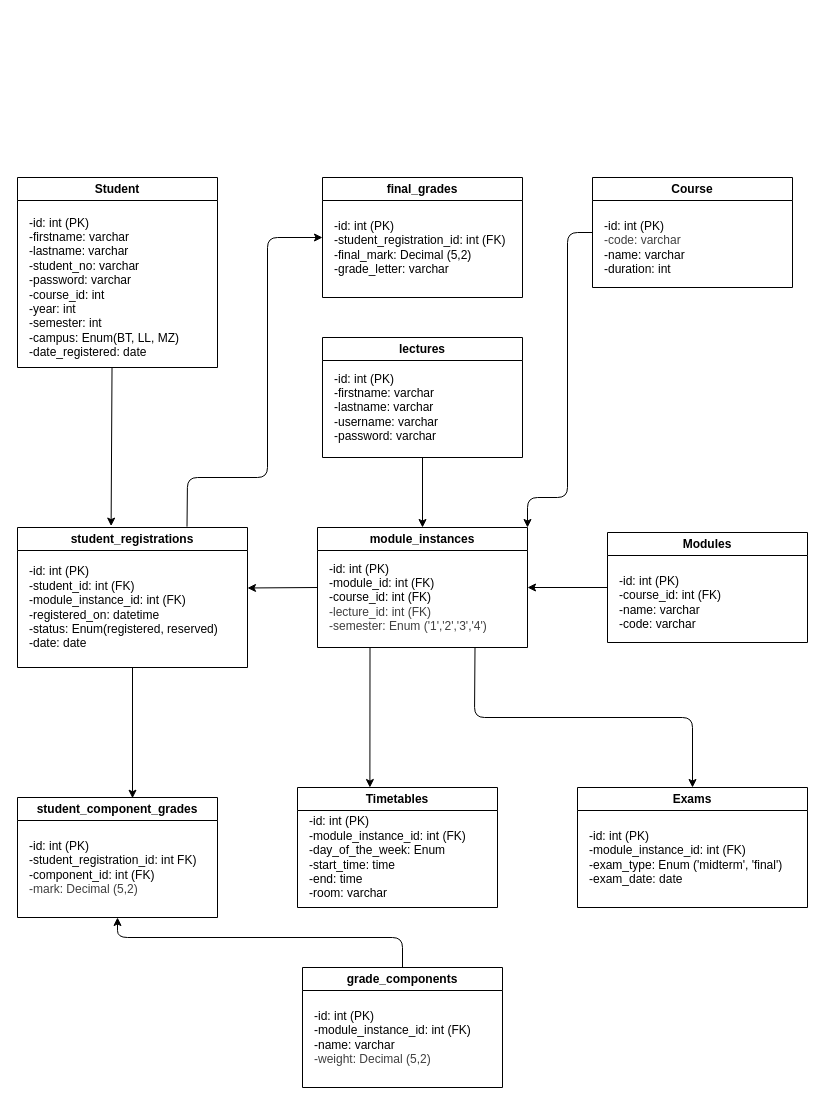
codebytiya/4th-year-project- keeps this draw.io diagram as diagrams/schoolReg_class_diagram.drawio. Above is the earlier version. Source tidied: cells renumbered, new cells numbered last; positions are measured from the earlier drawing's top-left corner, leaving out a move shared by most shapes. Both pictures are drawn from the tidied source at 100%, with x=0, y=0 at pixel (17, 177).
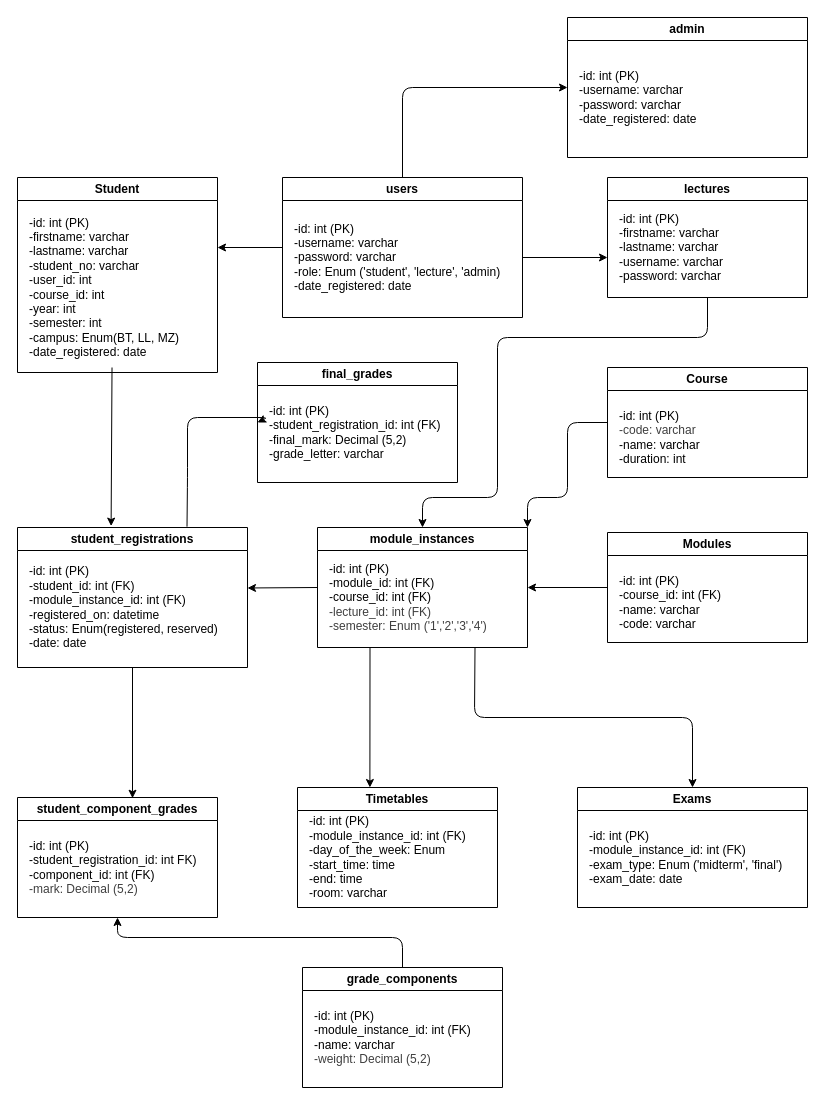
The same page after the edit.

Unchanged cells that the change refers to:
```xml
<mxCell id="15" value="student_registrations" style="swimlane;whiteSpace=wrap;html=1;startSize=23;" parent="1" vertex="1">
  <mxGeometry y="350" width="230" height="140" as="geometry" />
</mxCell>
<mxCell id="19" value="module_instances" style="swimlane;whiteSpace=wrap;html=1;" parent="1" vertex="1">
  <mxGeometry x="300" y="350" width="210" height="120" as="geometry" />
</mxCell>
```

Change to the diagram source:
```diff
@@
     <mxCell id="2" value="Student" style="swimlane;whiteSpace=wrap;html=1;" parent="1" vertex="1">
-      <mxGeometry width="200" height="190" as="geometry" />
+      <mxGeometry width="200" height="195" as="geometry" />
     </mxCell>
-    <mxCell id="3" value="-id: int (PK)&lt;div&gt;-firstname: varchar&lt;/div&gt;&lt;div&gt;-lastname: varchar&lt;/div&gt;&lt;div&gt;-student_no: varchar&lt;/div&gt;&lt;div&gt;-password: varchar&lt;/div&gt;&lt;div&gt;-course_id: int&lt;/div&gt;&lt;div&gt;-year: int&lt;/div&gt;&lt;div&gt;-semester: int&lt;/div&gt;&lt;div&gt;-campus: Enum(BT, LL, MZ)&lt;/div&gt;&lt;div&gt;-date_registered: date&lt;/div&gt;" style="text;html=1;align=left;verticalAlign=middle;points=[];strokeColor=none;fillColor=none;" parent="2" vertex="1">
+    <mxCell id="3" value="-id: int (PK)&lt;div&gt;-firstname: varchar&lt;/div&gt;&lt;div&gt;-lastname: varchar&lt;/div&gt;&lt;div&gt;-student_no: varchar&lt;/div&gt;&lt;div&gt;-user_id: int&lt;/div&gt;&lt;div&gt;-course_id: int&lt;/div&gt;&lt;div&gt;-year: int&lt;/div&gt;&lt;div&gt;-semester: int&lt;/div&gt;&lt;div&gt;-campus: Enum(BT, LL, MZ)&lt;/div&gt;&lt;div&gt;-date_registered: date&lt;/div&gt;" style="text;html=1;align=left;verticalAlign=middle;points=[];strokeColor=none;fillColor=none;" parent="2" vertex="1">
       <mxGeometry x="10" y="30" width="170" height="160" as="geometry" />
     </mxCell>
     <mxCell id="4" style="edgeStyle=none;html=1;exitX=0;exitY=0.5;exitDx=0;exitDy=0;entryX=1;entryY=0;entryDx=0;entryDy=0;" parent="1" edge="1" source="5" target="19">
       <mxGeometry relative="1" as="geometry">
         <Array as="points">
-          <mxPoint x="550" y="55" />
+          <mxPoint x="550" y="245" />
           <mxPoint x="550" y="320" />
           <mxPoint x="510" y="320" />
         </Array>
       </mxGeometry>
     </mxCell>
     <mxCell id="5" value="Course" style="swimlane;whiteSpace=wrap;html=1;" parent="1" vertex="1">
-      <mxGeometry x="575" width="200" height="110" as="geometry" />
+      <mxGeometry x="590" y="190" width="200" height="110" as="geometry" />
     </mxCell>
@@
     <mxCell id="14" style="edgeStyle=none;html=1;entryX=0;entryY=0.5;entryDx=0;entryDy=0;exitX=0.737;exitY=-0.006;exitDx=0;exitDy=0;exitPerimeter=0;" parent="1" edge="1" source="15" target="26">
       <mxGeometry relative="1" as="geometry">
         <Array as="points">
           <mxPoint x="170" y="300" />
-          <mxPoint x="250" y="300" />
-          <mxPoint x="250" y="60" />
+          <mxPoint x="170" y="240" />
+          <mxPoint x="250" y="240" />
         </Array>
       </mxGeometry>
     </mxCell>
@@
     <mxCell id="26" value="final_grades" style="swimlane;whiteSpace=wrap;html=1;" parent="1" vertex="1">
-      <mxGeometry x="305" width="200" height="120" as="geometry" />
+      <mxGeometry x="240" y="185" width="200" height="120" as="geometry" />
     </mxCell>
@@
     <mxCell id="28" style="edgeStyle=none;html=1;exitX=0.5;exitY=1;exitDx=0;exitDy=0;entryX=0.5;entryY=0;entryDx=0;entryDy=0;" parent="1" edge="1" source="29" target="19">
-      <mxGeometry relative="1" as="geometry" />
+      <mxGeometry relative="1" as="geometry">
+        <Array as="points">
+          <mxPoint x="690" y="160" />
+          <mxPoint x="480" y="160" />
+          <mxPoint x="480" y="320" />
+          <mxPoint x="405" y="320" />
+        </Array>
+      </mxGeometry>
     </mxCell>
     <mxCell id="29" value="lectures" style="swimlane;whiteSpace=wrap;html=1;startSize=23;" parent="1" vertex="1">
-      <mxGeometry x="305" y="160" width="200" height="120" as="geometry" />
+      <mxGeometry x="590" width="200" height="120" as="geometry" />
     </mxCell>
@@
+    <mxCell id="34" style="edgeStyle=none;html=1;" parent="1" edge="1" source="36">
+      <mxGeometry relative="1" as="geometry">
+        <mxPoint x="200" y="70" as="targetPoint" />
+      </mxGeometry>
+    </mxCell>
+    <mxCell id="35" style="edgeStyle=none;html=1;exitX=0.5;exitY=0;exitDx=0;exitDy=0;entryX=0;entryY=0.5;entryDx=0;entryDy=0;" parent="1" edge="1" source="36" target="39">
+      <mxGeometry relative="1" as="geometry">
+        <Array as="points">
+          <mxPoint x="385" y="-90" />
+        </Array>
+      </mxGeometry>
+    </mxCell>
+    <mxCell id="36" value="users" style="swimlane;whiteSpace=wrap;html=1;" parent="1" vertex="1">
+      <mxGeometry x="265" width="240" height="140" as="geometry" />
+    </mxCell>
+    <mxCell id="37" style="edgeStyle=none;html=1;" parent="36" edge="1" source="38">
+      <mxGeometry relative="1" as="geometry">
+        <mxPoint x="325" y="80" as="targetPoint" />
+      </mxGeometry>
+    </mxCell>
+    <mxCell id="38" value="-id: int (PK)&lt;div&gt;-username: varchar&lt;/div&gt;&lt;div&gt;-password: varchar&lt;/div&gt;&lt;div&gt;-role: Enum ('student', 'lecture', 'admin)&lt;/div&gt;&lt;div&gt;-date_registered: date&lt;/div&gt;" style="text;html=1;align=left;verticalAlign=middle;points=[];strokeColor=none;fillColor=none;" parent="36" vertex="1">
+      <mxGeometry x="10" y="35" width="230" height="90" as="geometry" />
+    </mxCell>
+    <mxCell id="39" value="admin" style="swimlane;whiteSpace=wrap;html=1;" parent="1" vertex="1">
+      <mxGeometry x="550" y="-160" width="240" height="140" as="geometry" />
+    </mxCell>
+    <mxCell id="40" value="-id: int (PK)&lt;div&gt;-username: varchar&lt;/div&gt;&lt;div&gt;-password: varchar&lt;/div&gt;&lt;div&gt;-date_registered: date&lt;/div&gt;" style="text;html=1;align=left;verticalAlign=middle;strokeColor=none;fillColor=none;" parent="39" vertex="1">
+      <mxGeometry x="10" y="45" width="140" height="70" as="geometry" />
+    </mxCell>
```
